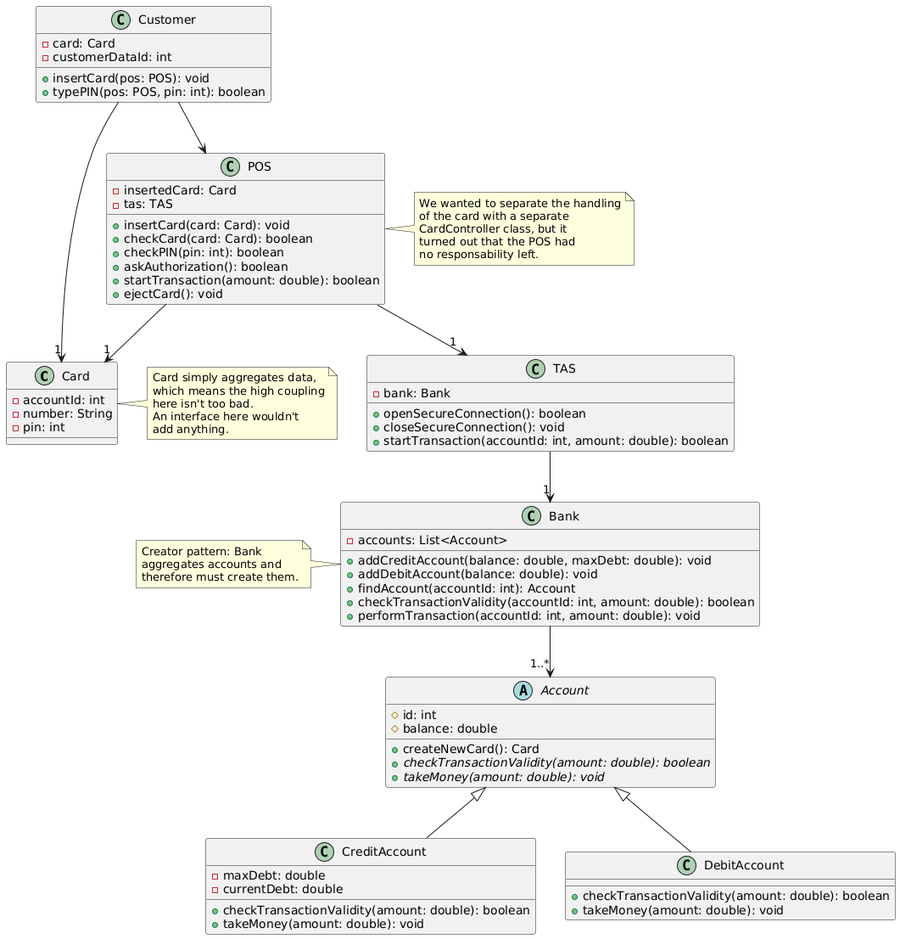
The PlantUML diagram class-diagram/class_bank.png in Enzu83/cs-genie-logiciel, before a commit.
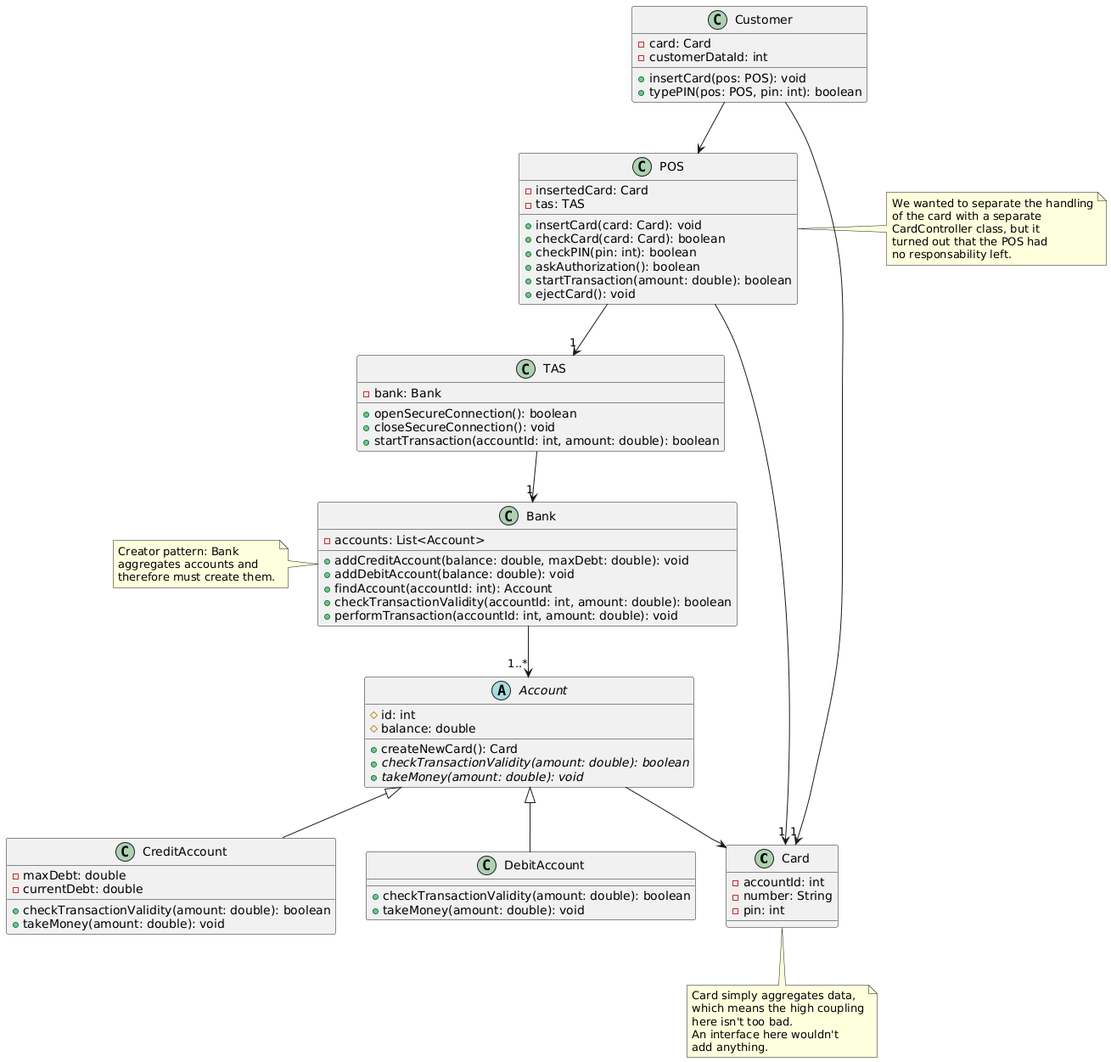
Above is the later version.

Commit message:
fixed an arrow on class diagrams

What changed in the source:
```diff
@@ -5,7 +5,7 @@
 - pin: int
 }
 
-note right of CARD
+note bottom of CARD
 Card simply aggregates data,
 which means the high coupling
 here isn't too bad.
@@ -65,6 +65,7 @@
 + {abstract} takeMoney(amount: double): void
 }
 BANK --> "1..*" ACCOUNT
+ACCOUNT --> CARD
 
 class ACCOUNT_C as "CreditAccount" {
 - maxDebt: double
```
